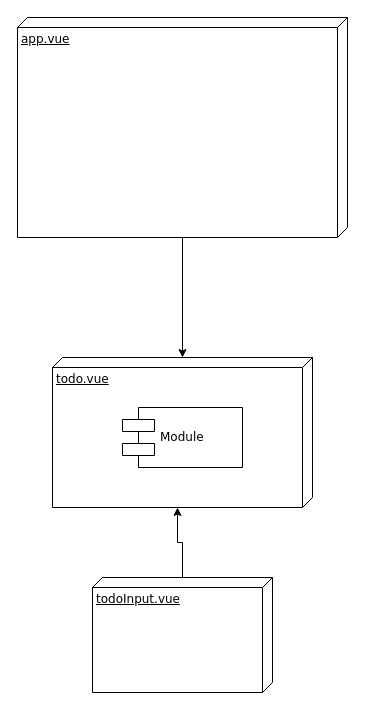
Before: vueTodo.drawio in MingGin/VueStudy, a draw.io diagram. Source tidied: cells renumbered, new cells numbered last; positions are measured from the earlier drawing's top-left corner, leaving out a move shared by most shapes. Both pictures are drawn from the tidied source at 100%, with x=0, y=0 at pixel (17, 17).
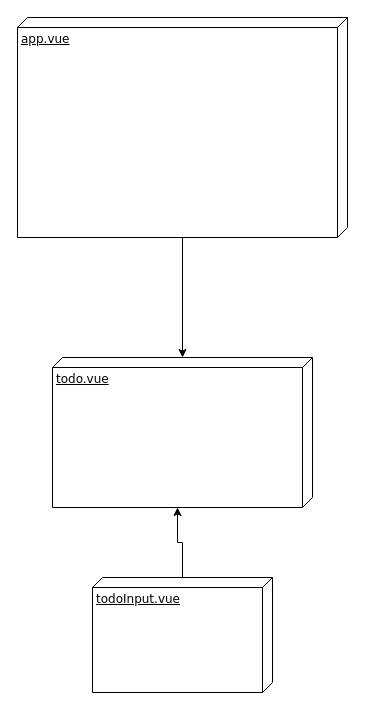
The same diagram, later.

What changed in the source:
```diff
@@
 <mxGraphModel>
   <root>
     <mxCell id="0" />
     <mxCell id="1" parent="0" />
     <mxCell id="2" style="edgeStyle=orthogonalEdgeStyle;rounded=0;jettySize=auto;html=1;" parent="1" edge="1" source="3" target="4">
       <mxGeometry relative="1" as="geometry" />
     </mxCell>
     <mxCell id="3" value="app.vue&lt;br&gt;" style="verticalAlign=top;align=left;spacingTop=8;spacingLeft=2;spacingRight=12;shape=cube;size=10;direction=south;fontStyle=4;html=1;rounded=0;shadow=0;comic=0;labelBackgroundColor=none;strokeWidth=1;fontFamily=Verdana;fontSize=12;" parent="1" vertex="1">
       <mxGeometry width="330" height="220" as="geometry" />
     </mxCell>
     <mxCell id="4" value="todo.vue" style="verticalAlign=top;align=left;spacingTop=8;spacingLeft=2;spacingRight=12;shape=cube;size=10;direction=south;fontStyle=4;html=1;rounded=0;shadow=0;comic=0;labelBackgroundColor=none;strokeWidth=1;fontFamily=Verdana;fontSize=12;" parent="1" vertex="1">
       <mxGeometry x="35" y="340" width="260" height="150" as="geometry" />
     </mxCell>
-    <mxCell id="5" value="Module" style="shape=component;align=left;spacingLeft=36;rounded=0;shadow=0;comic=0;labelBackgroundColor=none;strokeWidth=1;fontFamily=Verdana;fontSize=12;html=1;" parent="1" vertex="1">
-      <mxGeometry x="105" y="390" width="120" height="60" as="geometry" />
-    </mxCell>
     <mxCell id="6" value="todoInput.vue" style="verticalAlign=top;align=left;spacingTop=8;spacingLeft=2;spacingRight=12;shape=cube;size=10;direction=south;fontStyle=4;html=1;rounded=0;shadow=0;comic=0;labelBackgroundColor=none;strokeWidth=1;fontFamily=Verdana;fontSize=12;" parent="1" vertex="1">
       <mxGeometry x="75" y="560" width="180" height="115" as="geometry" />
     </mxCell>
     <mxCell id="7" style="edgeStyle=orthogonalEdgeStyle;rounded=0;jettySize=auto;html=1;entryX=0;entryY=0;entryDx=150;entryDy=135;entryPerimeter=0;" parent="1" edge="1" source="6" target="4">
       <mxGeometry relative="1" as="geometry" />
     </mxCell>
   </root>
 </mxGraphModel>
```
